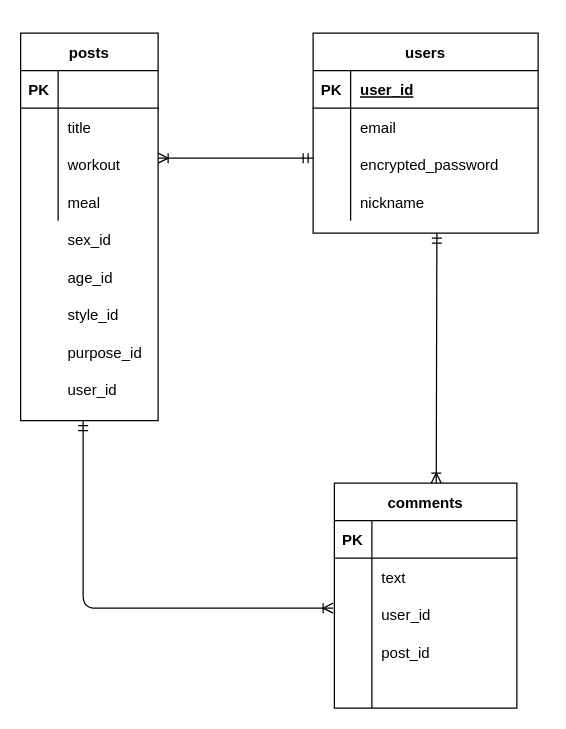
The draw.io diagram edf.dio in gorotakeda/plus_ultra, before the edit. Source tidied: cells renumbered, new cells numbered last; positions are measured from the earlier drawing's top-left corner, leaving out a move shared by most shapes. Both pictures are drawn from the tidied source at 125%, with x=0, y=0 at pixel (20, 32).
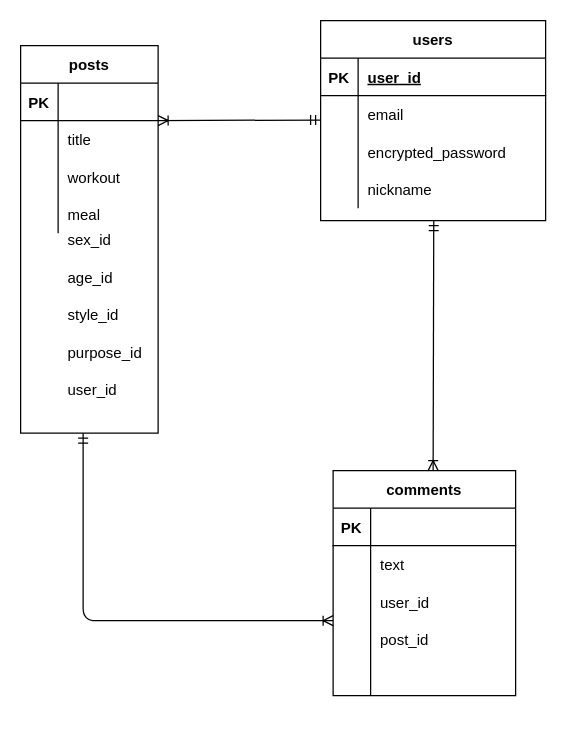
After the change.

The change refers to these unchanged cells:
```xml
<mxCell id="19" style="shape=partialRectangle;fillColor=none;top=0;left=0;bottom=0;right=0;points=[[0,0.5],[1,0.5]];portConstraint=eastwest;" parent="15" vertex="1">
  <mxGeometry y="60" width="110" height="30" as="geometry" />
</mxCell>
```

What changed in the source:
```diff
@@
     <mxCell id="2" value="users" style="shape=table;startSize=30;childLayout=tableLayout;rowLines=0;fontStyle=1;align=center;" parent="1" vertex="1">
-      <mxGeometry x="234" width="180" height="160" as="geometry" />
+      <mxGeometry x="240" y="-10" width="180" height="160" as="geometry" />
     </mxCell>
@@
     <mxCell id="15" value="posts" style="shape=table;startSize=30;childLayout=tableLayout;rowLines=0;fontStyle=1;align=center;" parent="1" vertex="1">
-      <mxGeometry width="110" height="310" as="geometry" />
+      <mxGeometry y="10" width="110" height="310" as="geometry" />
     </mxCell>
@@
     <mxCell id="28" value="comments" style="shape=table;startSize=30;childLayout=tableLayout;rowLines=0;fontStyle=1;align=center;" parent="1" vertex="1">
-      <mxGeometry x="251" y="360" width="146" height="180" as="geometry" />
+      <mxGeometry x="250" y="350" width="146" height="180" as="geometry" />
     </mxCell>
@@
     <mxCell id="46" style="fontSize=12;html=1;endArrow=ERoneToMany;startArrow=ERmandOne;" parent="1" edge="1">
       <mxGeometry relative="1" as="geometry">
-        <mxPoint x="333" y="160" as="sourcePoint" />
-        <mxPoint x="332.5" y="360" as="targetPoint" />
+        <mxPoint x="330.5" y="150" as="sourcePoint" />
+        <mxPoint x="330" y="350" as="targetPoint" />
       </mxGeometry>
     </mxCell>
     <mxCell id="47" style="edgeStyle=elbowEdgeStyle;fontSize=12;html=1;endArrow=ERoneToMany;startArrow=ERmandOne;elbow=vertical;" parent="1" edge="1">
       <mxGeometry relative="1" as="geometry">
-        <mxPoint x="50" y="310" as="sourcePoint" />
-        <mxPoint x="250" y="460" as="targetPoint" />
+        <mxPoint x="50" y="320" as="sourcePoint" />
+        <mxPoint x="250" y="470" as="targetPoint" />
         <Array as="points">
-          <mxPoint x="60" y="460" />
+          <mxPoint x="60" y="470" />
         </Array>
       </mxGeometry>
     </mxCell>
@@
-    <mxCell id="50" style="fontSize=12;html=1;endArrow=ERoneToMany;startArrow=ERmandOne;" parent="1" edge="1">
+    <mxCell id="50" style="fontSize=12;html=1;endArrow=ERoneToMany;startArrow=ERmandOne;entryX=1;entryY=0;entryDx=0;entryDy=0;entryPerimeter=0;" parent="1" edge="1" target="19">
       <mxGeometry relative="1" as="geometry">
-        <mxPoint x="234" y="100" as="sourcePoint" />
-        <mxPoint x="110" y="100" as="targetPoint" />
+        <mxPoint x="240" y="69.5" as="sourcePoint" />
       </mxGeometry>
     </mxCell>
```
